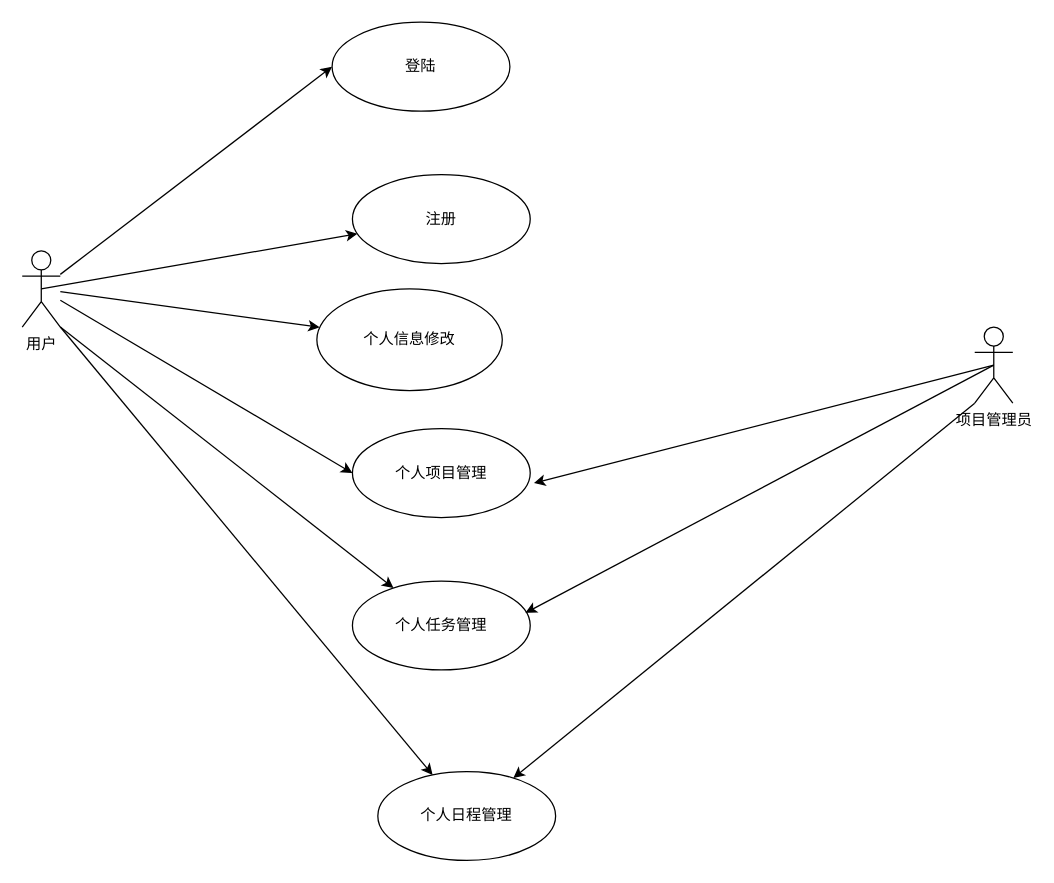
Before: usecase/用户用例图.drawio in TongjiMicroservice/Documents, a draw.io diagram. Source tidied: cells renumbered, new cells numbered last; positions are measured from the earlier drawing's top-left corner, leaving out a move shared by most shapes. Both pictures are drawn from the tidied source at 127%, with x=0, y=0 at pixel (22, 22).
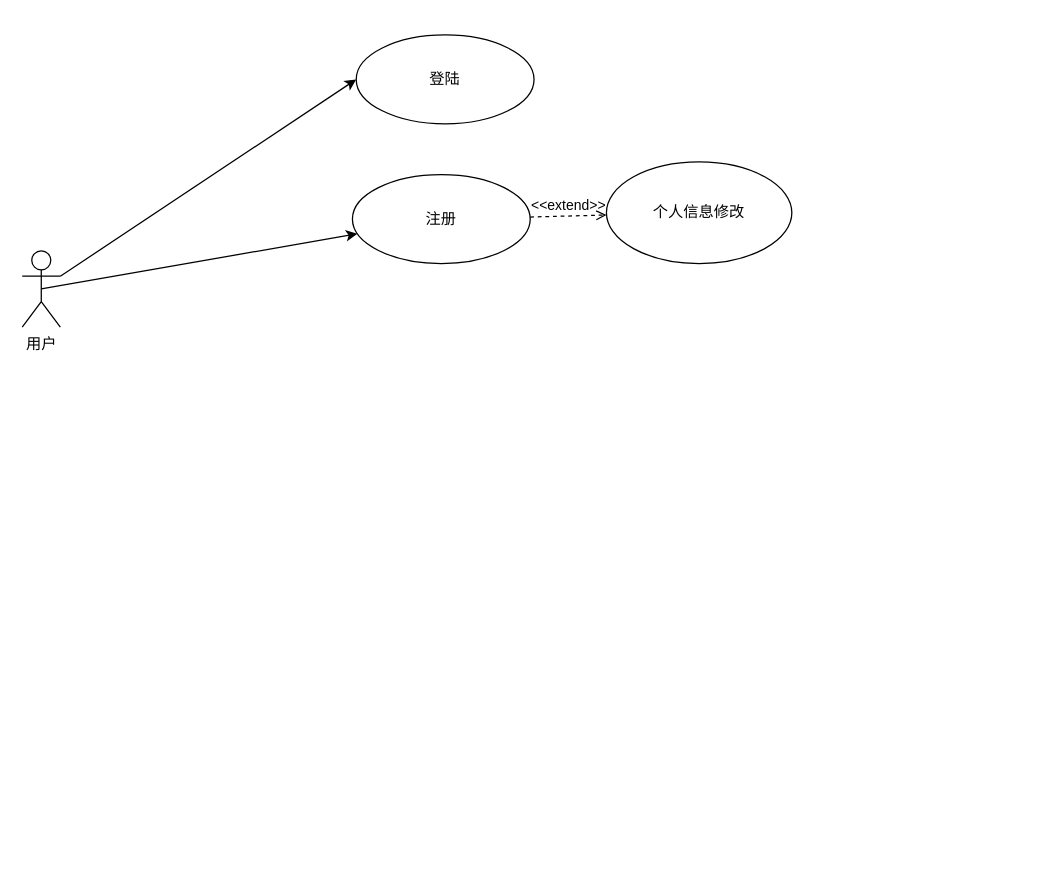
Above is the later version.

Commit message:
Update 用户用例图.drawio

What changed in the source:
```diff
@@
 <mxGraphModel>
   <root>
     <mxCell id="0" />
     <mxCell id="1" parent="0" />
     <mxCell id="2" style="rounded=0;jettySize=auto;html=1;exitX=0.5;exitY=0.5;exitDx=0;exitDy=0;exitPerimeter=0;" parent="1" edge="1" source="8" target="10">
       <mxGeometry relative="1" as="geometry" />
     </mxCell>
     <mxCell id="3" style="rounded=0;jettySize=auto;html=1;entryX=0;entryY=0.5;entryDx=0;entryDy=0;" parent="1" edge="1" source="8" target="9">
       <mxGeometry relative="1" as="geometry" />
     </mxCell>
-    <mxCell id="4" style="rounded=0;jettySize=auto;html=1;entryX=0;entryY=0.5;entryDx=0;entryDy=0;" parent="1" edge="1" source="8" target="11">
-      <mxGeometry relative="1" as="geometry" />
-    </mxCell>
-    <mxCell id="5" style="rounded=0;jettySize=auto;html=1;" parent="1" edge="1" source="8" target="12">
-      <mxGeometry relative="1" as="geometry" />
-    </mxCell>
-    <mxCell id="6" style="rounded=0;jettySize=auto;html=1;exitX=1;exitY=1;exitDx=0;exitDy=0;exitPerimeter=0;" parent="1" edge="1" source="8" target="13">
-      <mxGeometry relative="1" as="geometry" />
-    </mxCell>
-    <mxCell id="7" style="rounded=0;jettySize=auto;html=1;exitX=1;exitY=1;exitDx=0;exitDy=0;exitPerimeter=0;" parent="1" edge="1" source="8" target="16">
-      <mxGeometry relative="1" as="geometry" />
-    </mxCell>
     <mxCell id="8" value="用户&lt;br&gt;&lt;br&gt;" style="shape=umlActor;verticalLabelPosition=bottom;verticalAlign=top;html=1;" parent="1" vertex="1">
       <mxGeometry y="180" width="30" height="60" as="geometry" />
     </mxCell>
     <mxCell id="9" value="登陆&lt;br&gt;" style="ellipse;whiteSpace=wrap;html=1;" parent="1" vertex="1">
-      <mxGeometry x="244" width="140" height="70" as="geometry" />
+      <mxGeometry x="263" y="10" width="140" height="70" as="geometry" />
     </mxCell>
     <mxCell id="10" value="注册&lt;br&gt;" style="ellipse;whiteSpace=wrap;html=1;" parent="1" vertex="1">
       <mxGeometry x="260" y="120" width="140" height="70" as="geometry" />
     </mxCell>
-    <mxCell id="11" value="个人项目管理" style="ellipse;whiteSpace=wrap;html=1;" parent="1" vertex="1">
-      <mxGeometry x="260" y="320" width="140" height="70" as="geometry" />
-    </mxCell>
     <mxCell id="12" value="个人信息修改" style="ellipse;whiteSpace=wrap;html=1;" parent="1" vertex="1">
-      <mxGeometry x="232" y="210" width="146" height="80" as="geometry" />
+      <mxGeometry x="460" y="110" width="146" height="80" as="geometry" />
     </mxCell>
-    <mxCell id="13" value="个人日程管理" style="ellipse;whiteSpace=wrap;html=1;" parent="1" vertex="1">
-      <mxGeometry x="280" y="590" width="140" height="70" as="geometry" />
-    </mxCell>
-    <mxCell id="14" style="rounded=0;jettySize=auto;html=1;exitX=0;exitY=1;exitDx=0;exitDy=0;exitPerimeter=0;" parent="1" edge="1" source="15" target="13">
-      <mxGeometry relative="1" as="geometry" />
-    </mxCell>
-    <mxCell id="15" value="项目管理员" style="shape=umlActor;verticalLabelPosition=bottom;verticalAlign=top;html=1;" parent="1" vertex="1">
-      <mxGeometry x="750" y="240" width="30" height="60" as="geometry" />
-    </mxCell>
-    <mxCell id="16" value="个人任务管理" style="ellipse;whiteSpace=wrap;html=1;" parent="1" vertex="1">
-      <mxGeometry x="260" y="440" width="140" height="70" as="geometry" />
-    </mxCell>
-    <mxCell id="17" style="rounded=0;jettySize=auto;html=1;exitX=0.5;exitY=0.5;exitDx=0;exitDy=0;exitPerimeter=0;entryX=0.973;entryY=0.358;entryDx=0;entryDy=0;entryPerimeter=0;" parent="1" edge="1" source="15" target="16">
-      <mxGeometry relative="1" as="geometry" />
-    </mxCell>
-    <mxCell id="18" style="rounded=0;jettySize=auto;html=1;exitX=0.5;exitY=0.5;exitDx=0;exitDy=0;exitPerimeter=0;entryX=1.021;entryY=0.613;entryDx=0;entryDy=0;entryPerimeter=0;" parent="1" edge="1" source="15" target="11">
-      <mxGeometry relative="1" as="geometry" />
-    </mxCell>
+    <mxCell id="19" value="&amp;lt;&amp;lt;extend&amp;gt;&amp;gt;" style="html=1;verticalAlign=bottom;labelBackgroundColor=none;endArrow=open;endFill=0;dashed=1;rounded=0;" parent="1" edge="1" source="10" target="12">
+      <mxGeometry relative="1" as="geometry" />
+    </mxCell>
   </root>
 </mxGraphModel>
```
